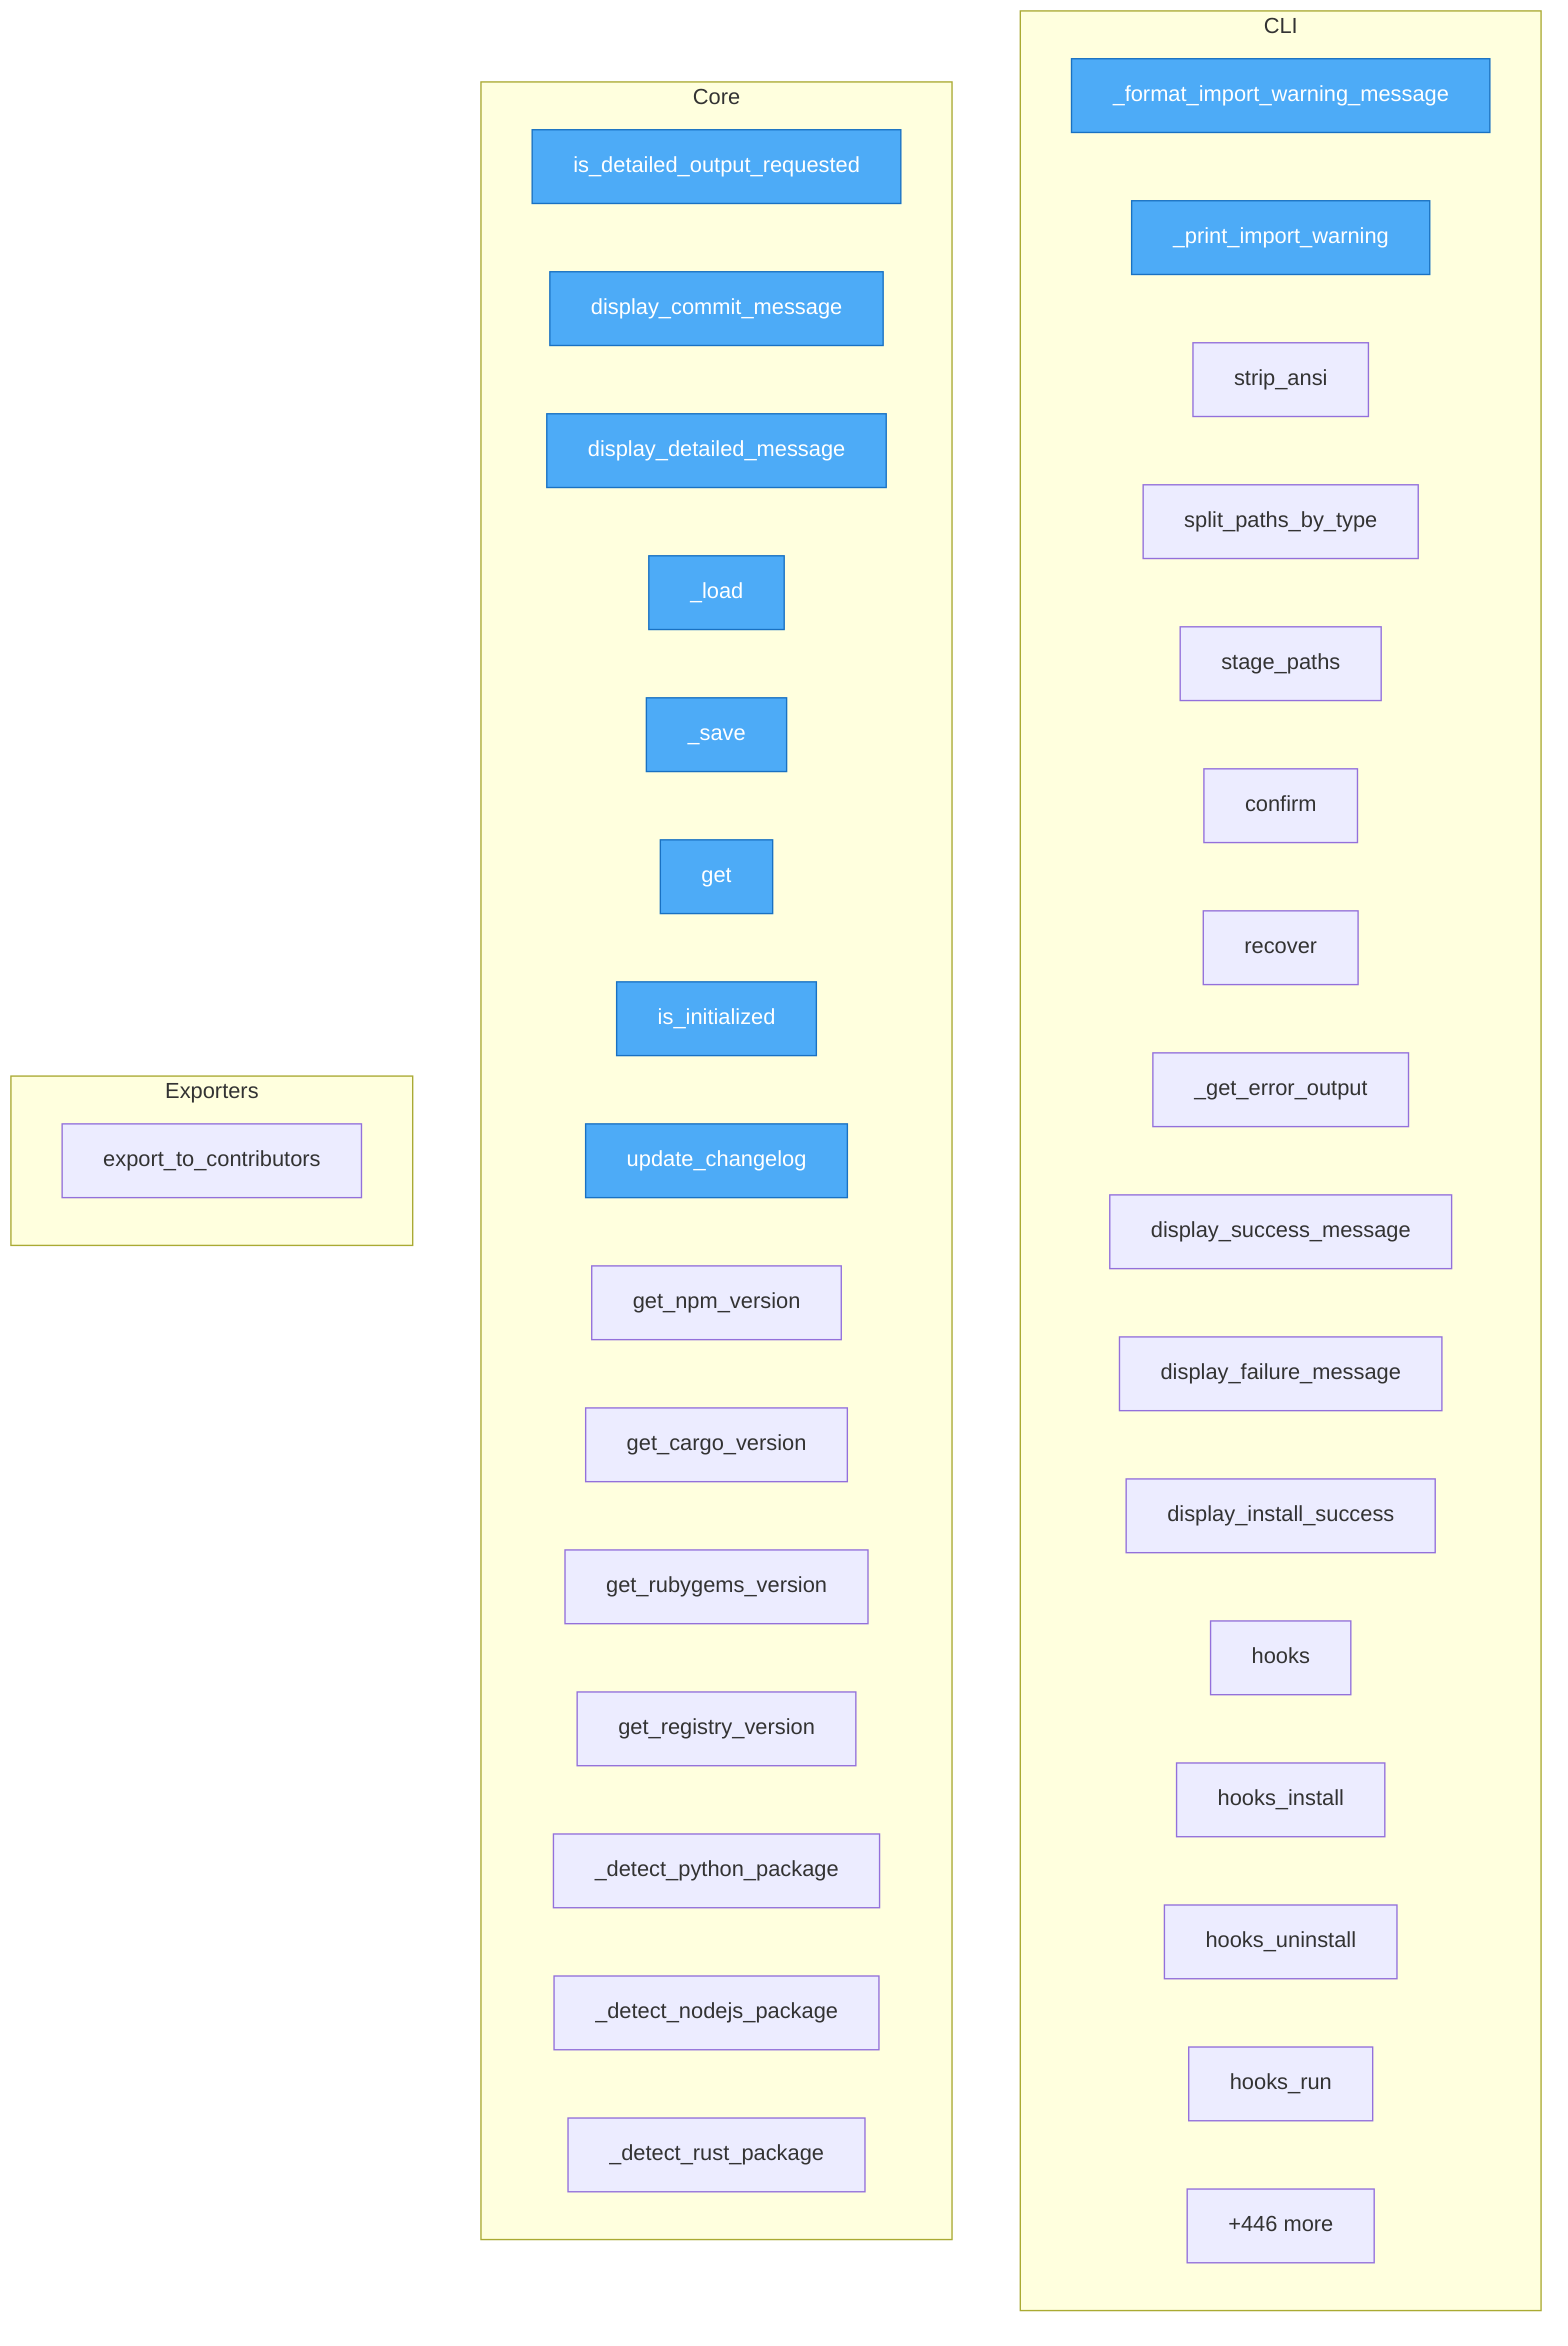
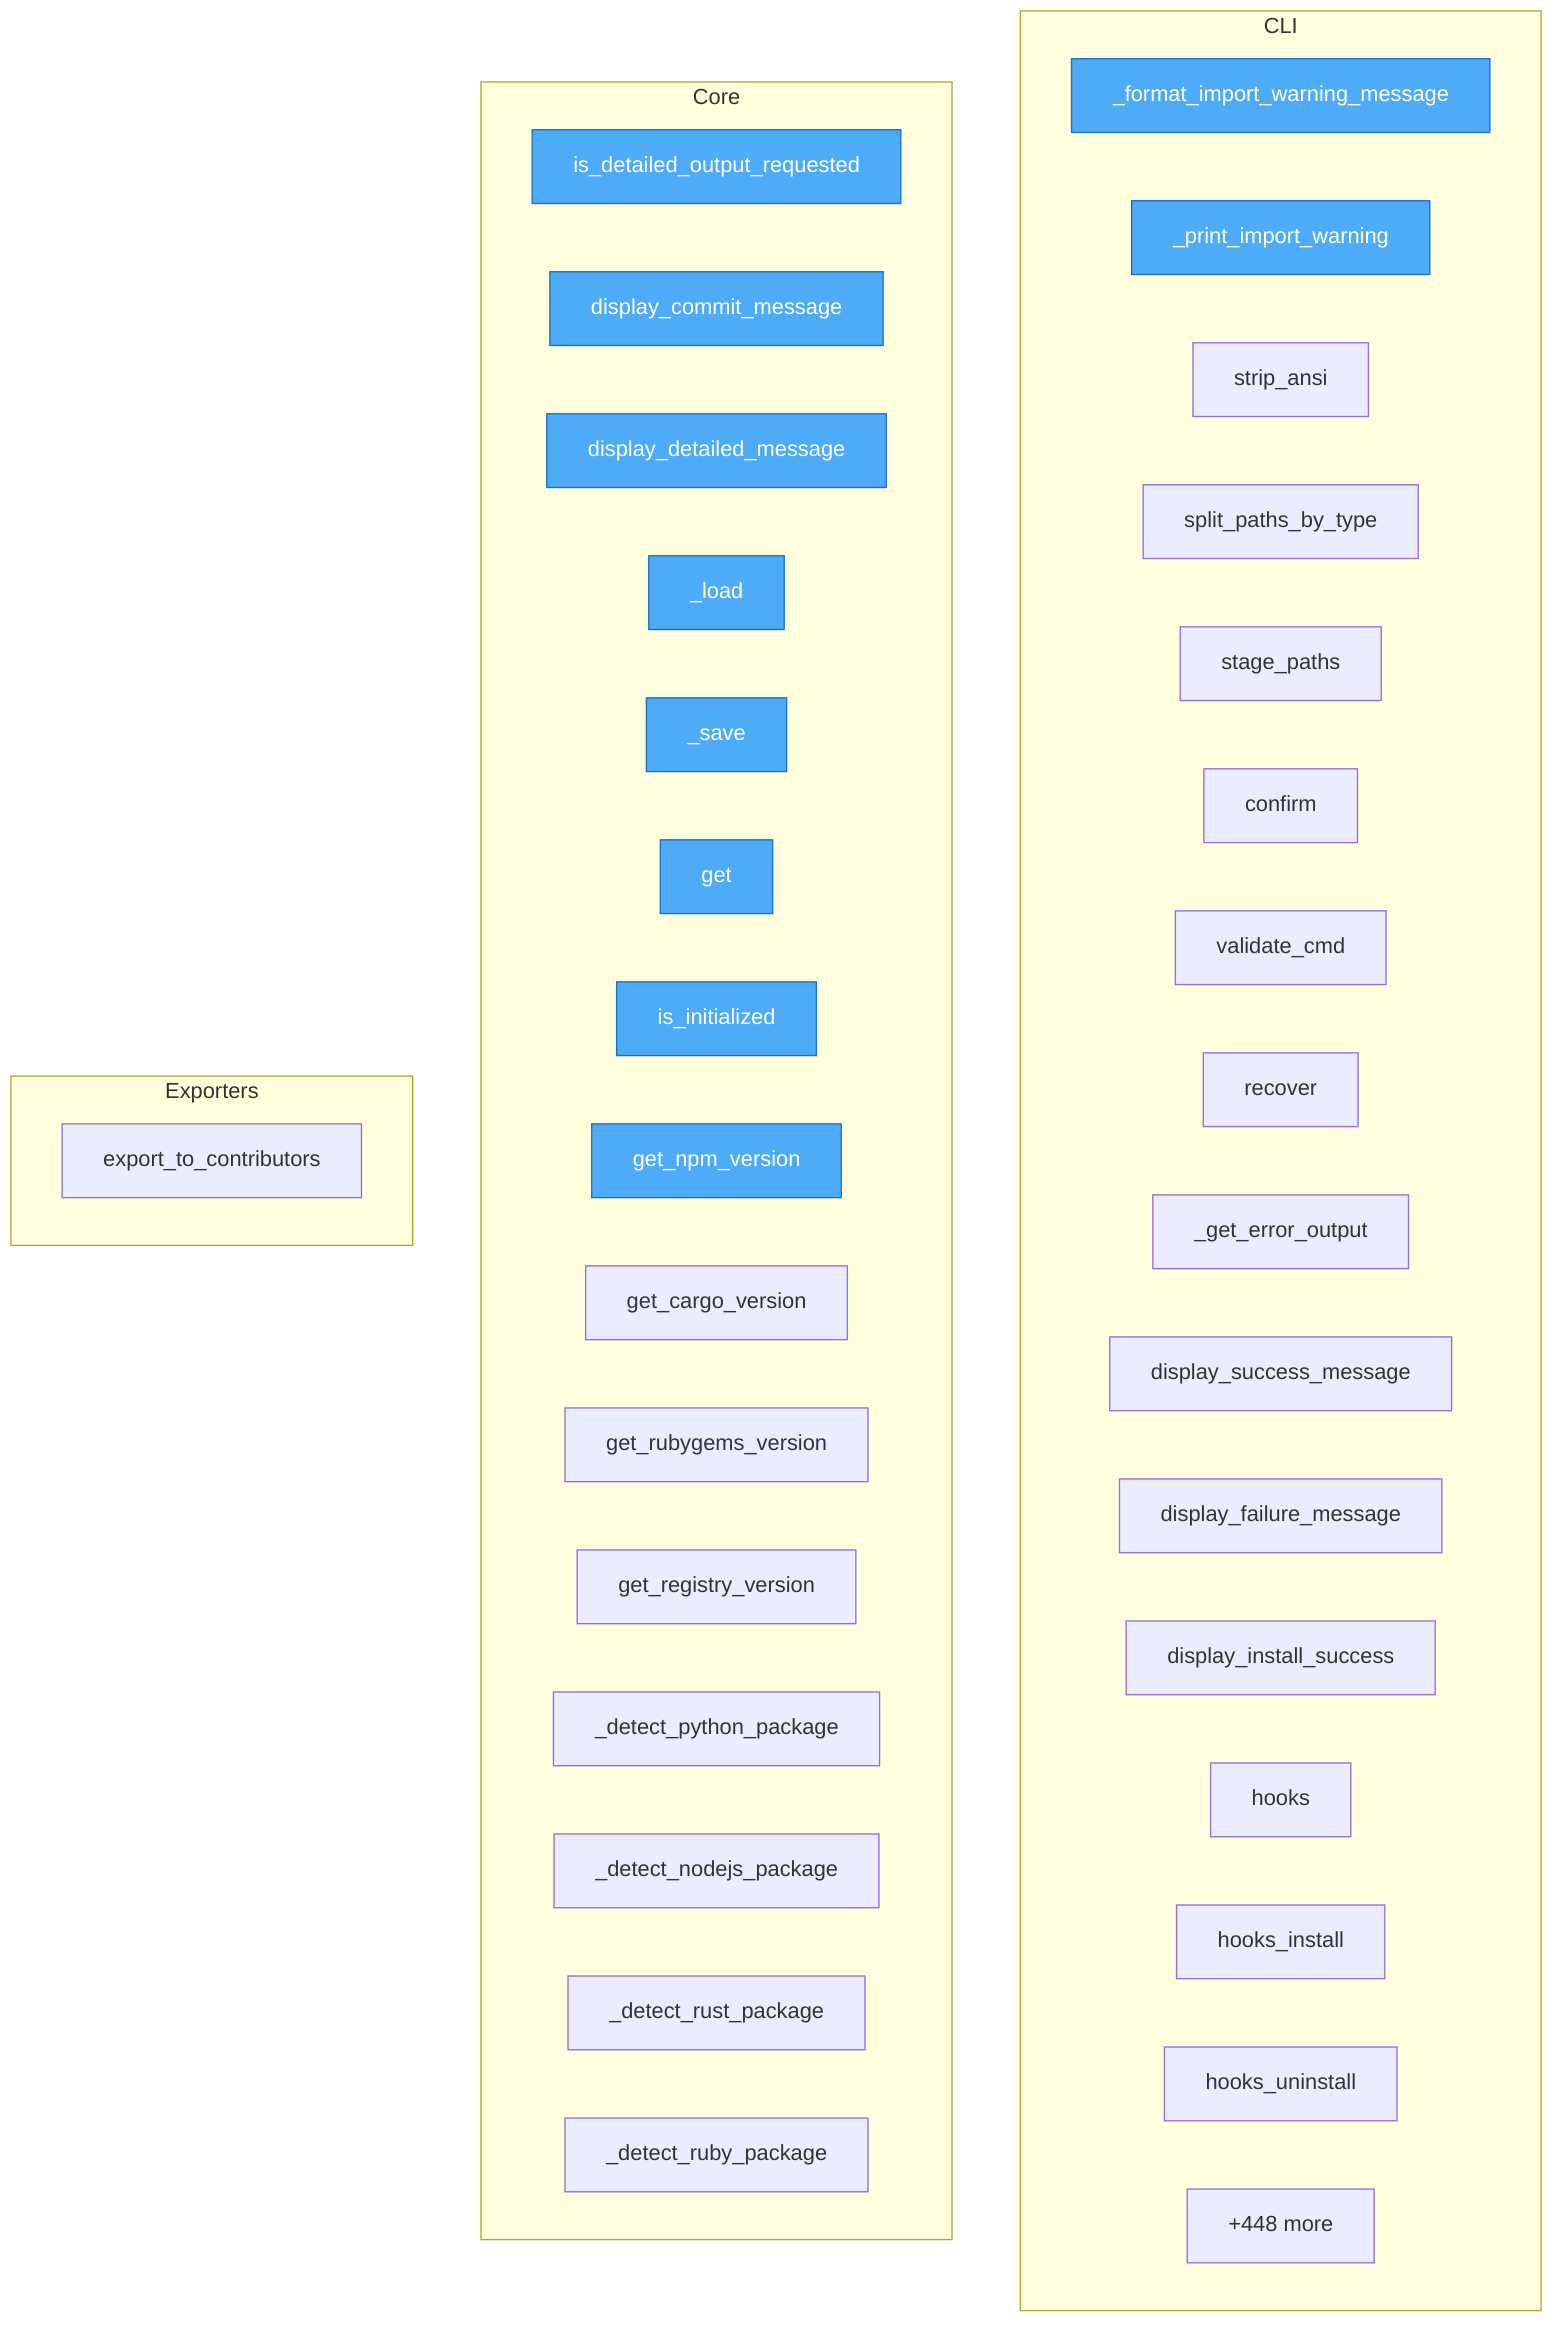
flowchart TD
- %% generated in 0.02s
+ %% generated in 0.04s

    %% Entry points (blue)
    classDef entry fill:#4dabf7,stroke:#1971c2,color:#fff

    subgraph CLI
        goal__cli___format_import_warning_message["_format_import_warning_message"]
        goal__cli___print_import_warning["_print_import_warning"]
        goal__cli_helpers__strip_ansi["strip_ansi"]
        goal__cli_helpers__split_paths_by_type["split_paths_by_type"]
        goal__cli_helpers__stage_paths["stage_paths"]
        goal__cli_helpers__confirm["confirm"]
+         goal__cli__config_validate_cmd__validate_cmd["validate_cmd"]
        goal__cli__recover_cmd__recover["recover"]
        goal__cli__recover_cmd___get_error_output["_get_error_output"]
        goal__cli__hooks_cmd__display_success_message["display_success_message"]
        goal__cli__hooks_cmd__display_failure_message["display_failure_message"]
        goal__cli__hooks_cmd__display_install_success["display_install_success"]
        goal__cli__hooks_cmd__hooks["hooks"]
        goal__cli__hooks_cmd__hooks_install["hooks_install"]
        goal__cli__hooks_cmd__hooks_uninstall["hooks_uninstall"]
-         goal__cli__hooks_cmd__hooks_run["hooks_run"]
-         ...["+136 more"]
+         ...["+145 more"]
    end

    subgraph Core
        goal__commit_generator__is_detailed_output_requested["is_detailed_output_requested"]
        goal__commit_generator__display_commit_message["display_commit_message"]
        goal__commit_generator__display_detailed_message["display_detailed_message"]
        goal__user_config__UserConfig___load["_load"]
        goal__user_config__UserConfig___save["_save"]
        goal__user_config__UserConfig__get["get"]
        goal__user_config__UserConfig__is_initialized["is_initialized"]
-         goal__changelog__update_changelog["update_changelog"]
        goal__version_validation__get_npm_version["get_npm_version"]
        goal__version_validation__get_cargo_version["get_cargo_version"]
        goal__version_validation__get_rubygems_version["get_rubygems_version"]
        goal__version_validation__get_registry_version["get_registry_version"]
        goal__version_validation___detect_python_package["_detect_python_package"]
        goal__version_validation___detect_nodejs_package["_detect_nodejs_package"]
        goal__version_validation___detect_rust_package["_detect_rust_package"]
-         ...["+446 more"]
+         goal__version_validation___detect_ruby_package["_detect_ruby_package"]
+         ...["+448 more"]
    end

    subgraph Exporters
        goal__authors__manager__AuthorsManager__export_to_contributors["export_to_contributors"]
    end

-     class goal__cli___format_import_warning_message,goal__cli___print_import_warning,goal__commit_generator__is_detailed_output_requested,goal__commit_generator__display_commit_message,goal__commit_generator__display_detailed_message,goal__user_config__UserConfig___load,goal__user_config__UserConfig___save,goal__user_config__UserConfig__get,goal__user_config__UserConfig__is_initialized,goal__changelog__update_changelog entry
+     class goal__cli___format_import_warning_message,goal__cli___print_import_warning,goal__commit_generator__is_detailed_output_requested,goal__commit_generator__display_commit_message,goal__commit_generator__display_detailed_message,goal__user_config__UserConfig___load,goal__user_config__UserConfig___save,goal__user_config__UserConfig__get,goal__user_config__UserConfig__is_initialized,goal__version_validation__get_npm_version entry
